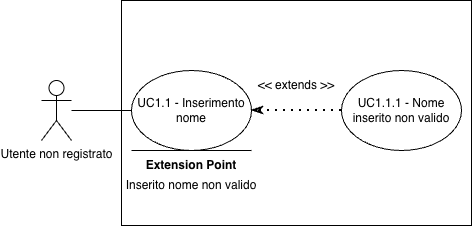
Before: assets/diagrams/UC1_1.png, a diagram exported from draw.io (SkarabGroup/DocumentazioneProgetto). Source tidied: cells renumbered, new cells last; positions are measured from the earlier drawing's top-left corner, leaving out a move shared by most shapes.
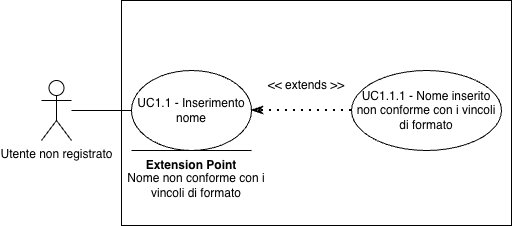
The same diagram one commit later.

Diff of the diagram source:
```diff
@@ -6,13 +6,13 @@
       <mxGeometry y="80" width="30" height="60" as="geometry" />
     </mxCell>
     <mxCell id="3" style="rounded=0;whiteSpace=wrap;html=1;" parent="1" vertex="1">
-      <mxGeometry x="80" width="350" height="225" as="geometry" />
+      <mxGeometry x="80" width="390" height="225" as="geometry" />
     </mxCell>
     <mxCell id="4" value="UC1.1 - Inserimento nome" style="ellipse;whiteSpace=wrap;html=1;" parent="1" vertex="1">
       <mxGeometry x="90" y="70" width="120" height="80" as="geometry" />
     </mxCell>
-    <mxCell id="5" value="UC1.1.1 - Nome inserito non valido" style="ellipse;whiteSpace=wrap;html=1;" parent="1" vertex="1">
-      <mxGeometry x="300" y="70" width="120" height="80" as="geometry" />
+    <mxCell id="5" value="UC1.1.1 - Nome inserito non conforme con i vincoli di formato" style="ellipse;whiteSpace=wrap;html=1;" parent="1" vertex="1">
+      <mxGeometry x="310" y="70" width="150" height="80" as="geometry" />
     </mxCell>
     <mxCell id="6" style="endArrow=classicThin;dashed=1;html=1;dashPattern=1 3;strokeWidth=2;rounded=0;entryX=1;entryY=0.5;entryDx=0;entryDy=0;exitX=0;exitY=0.5;exitDx=0;exitDy=0;endFill=0;startArrow=none;startFill=0;" parent="1" edge="1" source="5" target="4">
       <mxGeometry relative="1" as="geometry" />
@@ -21,7 +21,7 @@
       <mxGeometry relative="1" as="geometry" />
     </mxCell>
     <mxCell id="8" value="&amp;lt;&amp;lt; extends &amp;gt;&amp;gt;" style="text;html=1;whiteSpace=wrap;strokeColor=none;fillColor=none;align=center;verticalAlign=middle;rounded=0;" parent="1" vertex="1">
-      <mxGeometry x="210" y="70" width="90" height="30" as="geometry" />
+      <mxGeometry x="220" y="70" width="90" height="30" as="geometry" />
     </mxCell>
     <mxCell id="9" value="&lt;b&gt;Extension Point&lt;/b&gt;" style="text;html=1;whiteSpace=wrap;strokeColor=none;fillColor=none;align=center;verticalAlign=middle;rounded=0;" parent="1" vertex="1">
       <mxGeometry x="90" y="150" width="120" height="30" as="geometry" />
@@ -32,8 +32,8 @@
         <mxPoint x="210" y="150" as="targetPoint" />
       </mxGeometry>
     </mxCell>
-    <mxCell id="11" value="Inserito nome non valido" style="text;html=1;whiteSpace=wrap;strokeColor=none;fillColor=none;align=center;verticalAlign=middle;rounded=0;" parent="1" vertex="1">
-      <mxGeometry x="80" y="170" width="140" height="30" as="geometry" />
+    <mxCell id="11" value="Nome non conforme con i vincoli di formato" style="text;html=1;whiteSpace=wrap;strokeColor=none;fillColor=none;align=center;verticalAlign=middle;rounded=0;" parent="1" vertex="1">
+      <mxGeometry x="80" y="170" width="150" height="30" as="geometry" />
     </mxCell>
   </root>
 </mxGraphModel>
```
